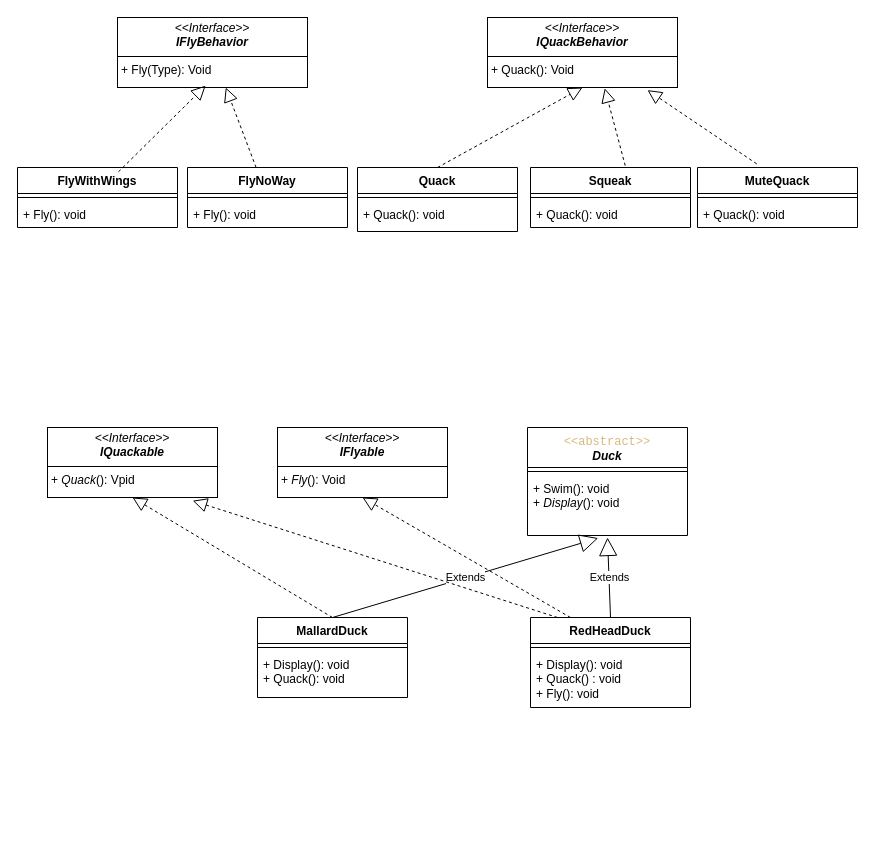
This is Strategy Pattern/ClassDiagram.drawio from skjinagal/DesignPatterns, a draw.io file, before an edit. Source tidied: cells renumbered, new cells numbered last; positions are measured from the earlier drawing's top-left corner, leaving out a move shared by most shapes. Both pictures are drawn from the tidied source at 100%, with x=0, y=0 at pixel (17, 17).
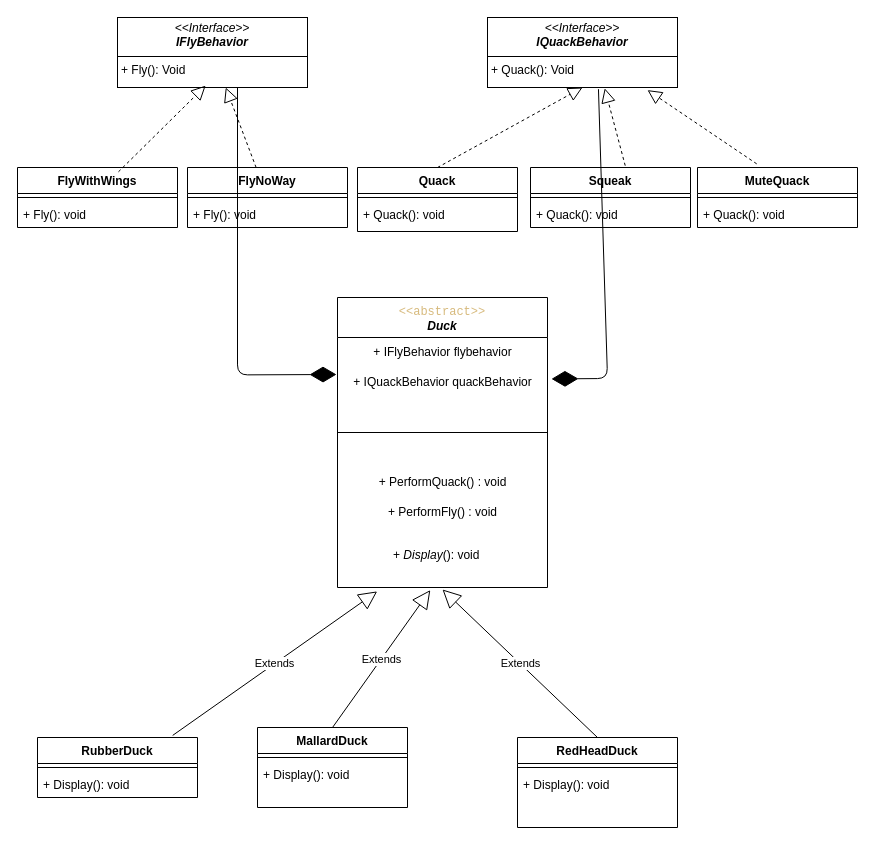
The same page after the edit.

Unchanged cells that the change refers to:
```xml
<mxCell id="19" value="&lt;p style=&quot;margin:0px;margin-top:4px;text-align:center;&quot;&gt;&lt;i&gt;&amp;lt;&amp;lt;Interface&amp;gt;&amp;gt;&lt;/i&gt;&lt;br&gt;&lt;b&gt;&lt;i&gt;IQuackBehavior&lt;/i&gt;&lt;/b&gt;&lt;/p&gt;&lt;hr size=&quot;1&quot; style=&quot;border-style:solid;&quot;&gt;&lt;p style=&quot;margin:0px;margin-left:4px;&quot;&gt;+ Quack(): Void&lt;/p&gt;" style="verticalAlign=top;align=left;overflow=fill;html=1;whiteSpace=wrap;" parent="1" vertex="1">
  <mxGeometry x="470" width="190" height="70" as="geometry" />
</mxCell>
```

The edit, as a diff of the source:
```diff
@@
     <mxCell id="2" value="&lt;div&gt;&lt;span style=&quot;background-color: rgba(255, 255, 255, 0.1); color: rgb(215, 186, 125); font-family: Consolas, &amp;quot;Courier New&amp;quot;, monospace; font-weight: 400; text-align: left; white-space-collapse: preserve;&quot;&gt;&amp;lt;&amp;lt;abstract&amp;gt;&amp;gt;&lt;/span&gt;&lt;/div&gt;&lt;div&gt;&lt;span style=&quot;background-color: transparent;&quot;&gt;&lt;i&gt;Duck&lt;/i&gt;&lt;/span&gt;&lt;/div&gt;" style="swimlane;fontStyle=1;align=center;verticalAlign=top;horizontal=1;startSize=40;whiteSpace=wrap;html=1;" parent="1" vertex="1">
-      <mxGeometry x="510" y="410" width="160" height="108" as="geometry" />
+      <mxGeometry x="320" y="280" width="210" height="290" as="geometry" />
     </mxCell>
+    <mxCell id="40" value="+ IFlyBehavior flybehavior" style="text;html=1;align=center;verticalAlign=middle;strokeColor=none;fillColor=none;" parent="2" vertex="1">
+      <mxGeometry y="40" width="210" height="30" as="geometry" />
+    </mxCell>
+    <mxCell id="41" value="+ IQuackBehavior quackBehavior" style="text;html=1;align=center;verticalAlign=middle;points=[];strokeColor=none;fillColor=none;" parent="2" vertex="1">
+      <mxGeometry y="70" width="210" height="30" as="geometry" />
+    </mxCell>
     <mxCell id="3" style="line;strokeWidth=1;fillColor=none;align=left;verticalAlign=middle;spacingTop=-1;spacingLeft=3;spacingRight=3;labelPosition=right;strokeColor=inherit;" parent="2" vertex="1">
-      <mxGeometry y="40" width="160" height="8" as="geometry" />
+      <mxGeometry y="100" width="210" height="70" as="geometry" />
     </mxCell>
+    <mxCell id="42" value="+ PerformQuack() : void" style="text;html=1;align=center;verticalAlign=middle;strokeColor=none;fillColor=none;" parent="2" vertex="1">
+      <mxGeometry y="170" width="210" height="30" as="geometry" />
+    </mxCell>
+    <mxCell id="43" value="+ PerformFly() : void" style="text;html=1;align=center;verticalAlign=middle;strokeColor=none;fillColor=none;" parent="2" vertex="1">
+      <mxGeometry y="200" width="210" height="30" as="geometry" />
+    </mxCell>
-    <mxCell id="4" value="&lt;div&gt;&lt;span style=&quot;color: rgb(0, 0, 0);&quot;&gt;+ Swim(): void&lt;/span&gt;&lt;/div&gt;&lt;div&gt;&lt;span style=&quot;color: rgb(0, 0, 0);&quot;&gt;+ &lt;i&gt;Display&lt;/i&gt;(): void&lt;/span&gt;&lt;span style=&quot;color: rgb(0, 0, 0);&quot;&gt;&lt;/span&gt;&lt;/div&gt;" style="text;strokeColor=none;fillColor=none;align=left;verticalAlign=top;spacingLeft=4;spacingRight=4;overflow=hidden;points=[[0,0.5],[1,0.5]];portConstraint=eastwest;whiteSpace=wrap;html=1;" parent="2" vertex="1">
-      <mxGeometry y="48" width="160" height="60" as="geometry" />
+    <mxCell id="4" value="&lt;div&gt;&lt;br&gt;&lt;/div&gt;&lt;div&gt;&lt;span style=&quot;color: rgb(0, 0, 0);&quot;&gt;&amp;nbsp; &amp;nbsp; &amp;nbsp; &amp;nbsp; &amp;nbsp; &amp;nbsp; &amp;nbsp; &amp;nbsp;+ &lt;i&gt;Display&lt;/i&gt;(): void&lt;/span&gt;&lt;span style=&quot;color: rgb(0, 0, 0);&quot;&gt;&lt;/span&gt;&lt;/div&gt;" style="text;strokeColor=none;fillColor=none;align=left;verticalAlign=top;spacingLeft=4;spacingRight=4;overflow=hidden;points=[[0,0.5],[1,0.5]];portConstraint=eastwest;whiteSpace=wrap;html=1;" parent="2" vertex="1">
+      <mxGeometry y="230" width="210" height="60" as="geometry" />
     </mxCell>
     <mxCell id="5" value="MallardDuck" style="swimlane;fontStyle=1;align=center;verticalAlign=top;horizontal=1;startSize=26;whiteSpace=wrap;html=1;" parent="1" vertex="1">
-      <mxGeometry x="240" y="600" width="150" height="80" as="geometry" />
+      <mxGeometry x="240" y="710" width="150" height="80" as="geometry" />
     </mxCell>
@@
-    <mxCell id="7" value="+ Display(): void&lt;div&gt;&lt;span style=&quot;color: rgb(0, 0, 0);&quot;&gt;+ Quack(): void&lt;/span&gt;&lt;/div&gt;" style="text;strokeColor=none;fillColor=none;align=left;verticalAlign=top;spacingLeft=4;spacingRight=4;overflow=hidden;whiteSpace=wrap;html=1;" parent="5" vertex="1">
+    <mxCell id="7" value="+ Display(): void" style="text;strokeColor=none;fillColor=none;align=left;verticalAlign=top;spacingLeft=4;spacingRight=4;overflow=hidden;whiteSpace=wrap;html=1;" parent="5" vertex="1">
       <mxGeometry y="34" width="150" height="46" as="geometry" />
     </mxCell>
     <mxCell id="8" value="RedHeadDuck" style="swimlane;fontStyle=1;align=center;verticalAlign=top;horizontal=1;startSize=26;whiteSpace=wrap;html=1;" parent="1" vertex="1">
-      <mxGeometry x="513" y="600" width="160" height="90" as="geometry" />
+      <mxGeometry x="500" y="720" width="160" height="90" as="geometry" />
     </mxCell>
@@
-    <mxCell id="10" value="&lt;span style=&quot;color: rgb(0, 0, 0);&quot;&gt;+ Display(): void&lt;/span&gt;&lt;div&gt;&lt;span style=&quot;color: rgb(0, 0, 0);&quot;&gt;+ Quack() : void&lt;/span&gt;&lt;/div&gt;&lt;div&gt;&lt;span style=&quot;color: rgb(0, 0, 0);&quot;&gt;+ Fly(): void&lt;/span&gt;&lt;/div&gt;" style="text;strokeColor=none;fillColor=none;align=left;verticalAlign=top;spacingLeft=4;spacingRight=4;overflow=hidden;whiteSpace=wrap;html=1;" parent="8" vertex="1">
+    <mxCell id="10" value="&lt;span style=&quot;color: rgb(0, 0, 0);&quot;&gt;+ Display(): void&lt;/span&gt;" style="text;strokeColor=none;fillColor=none;align=left;verticalAlign=top;spacingLeft=4;spacingRight=4;overflow=hidden;whiteSpace=wrap;html=1;" parent="8" vertex="1">
       <mxGeometry y="34" width="160" height="56" as="geometry" />
     </mxCell>
@@
-    <mxCell id="13" value="&lt;p style=&quot;margin:0px;margin-top:4px;text-align:center;&quot;&gt;&lt;i&gt;&amp;lt;&amp;lt;Interface&amp;gt;&amp;gt;&lt;/i&gt;&lt;br&gt;&lt;b&gt;&lt;i&gt;IFlyable&lt;/i&gt;&lt;/b&gt;&lt;/p&gt;&lt;hr size=&quot;1&quot; style=&quot;border-style:solid;&quot;&gt;&lt;p style=&quot;margin:0px;margin-left:4px;&quot;&gt;+ &lt;i&gt;Fly&lt;/i&gt;(): Void&lt;/p&gt;" style="verticalAlign=top;align=left;overflow=fill;html=1;whiteSpace=wrap;" parent="1" vertex="1">
-      <mxGeometry x="260" y="410" width="170" height="70" as="geometry" />
-    </mxCell>
-    <mxCell id="14" value="&lt;p style=&quot;margin:0px;margin-top:4px;text-align:center;&quot;&gt;&lt;i&gt;&amp;lt;&amp;lt;Interface&amp;gt;&amp;gt;&lt;/i&gt;&lt;br&gt;&lt;b&gt;&lt;i&gt;IQuackable&lt;/i&gt;&lt;/b&gt;&lt;/p&gt;&lt;hr size=&quot;1&quot; style=&quot;border-style:solid;&quot;&gt;&lt;p style=&quot;margin:0px;margin-left:4px;&quot;&gt;+ &lt;i&gt;Quack&lt;/i&gt;(): Vpid&lt;/p&gt;" style="verticalAlign=top;align=left;overflow=fill;html=1;whiteSpace=wrap;" parent="1" vertex="1">
-      <mxGeometry x="30" y="410" width="170" height="70" as="geometry" />
-    </mxCell>
-    <mxCell id="15" style="endArrow=block;dashed=1;endFill=0;endSize=12;html=1;entryX=0.5;entryY=1;entryDx=0;entryDy=0;exitX=0.5;exitY=0;exitDx=0;exitDy=0;" parent="1" edge="1" source="5" target="14">
-      <mxGeometry relative="1" as="geometry" />
-    </mxCell>
-    <mxCell id="16" style="endArrow=block;dashed=1;endFill=0;endSize=12;html=1;entryX=0.5;entryY=1;entryDx=0;entryDy=0;exitX=0.25;exitY=0;exitDx=0;exitDy=0;" parent="1" edge="1" source="8" target="13">
-      <mxGeometry relative="1" as="geometry" />
-    </mxCell>
-    <mxCell id="17" style="endArrow=block;dashed=1;endFill=0;endSize=12;html=1;entryX=0.854;entryY=1.046;entryDx=0;entryDy=0;entryPerimeter=0;exitX=0.169;exitY=0;exitDx=0;exitDy=0;exitPerimeter=0;" parent="1" edge="1" source="8" target="14">
-      <mxGeometry relative="1" as="geometry" />
-    </mxCell>
-    <mxCell id="18" value="&lt;p style=&quot;margin:0px;margin-top:4px;text-align:center;&quot;&gt;&lt;i&gt;&amp;lt;&amp;lt;Interface&amp;gt;&amp;gt;&lt;/i&gt;&lt;br&gt;&lt;b&gt;&lt;i&gt;IFlyBehavior&lt;/i&gt;&lt;/b&gt;&lt;/p&gt;&lt;hr size=&quot;1&quot; style=&quot;border-style:solid;&quot;&gt;&lt;p style=&quot;margin:0px;margin-left:4px;&quot;&gt;+ Fly(Type): Void&lt;/p&gt;" style="verticalAlign=top;align=left;overflow=fill;html=1;whiteSpace=wrap;" parent="1" vertex="1">
+    <mxCell id="18" value="&lt;p style=&quot;margin:0px;margin-top:4px;text-align:center;&quot;&gt;&lt;i&gt;&amp;lt;&amp;lt;Interface&amp;gt;&amp;gt;&lt;/i&gt;&lt;br&gt;&lt;b&gt;&lt;i&gt;IFlyBehavior&lt;/i&gt;&lt;/b&gt;&lt;/p&gt;&lt;hr size=&quot;1&quot; style=&quot;border-style:solid;&quot;&gt;&lt;p style=&quot;margin:0px;margin-left:4px;&quot;&gt;+ Fly(): Void&lt;/p&gt;" style="verticalAlign=top;align=left;overflow=fill;html=1;whiteSpace=wrap;" parent="1" vertex="1">
       <mxGeometry x="100" width="190" height="70" as="geometry" />
     </mxCell>
@@
+    <mxCell id="44" value="RubberDuck" style="swimlane;fontStyle=1;align=center;verticalAlign=top;horizontal=1;startSize=26;whiteSpace=wrap;html=1;" parent="1" vertex="1">
+      <mxGeometry x="20" y="720" width="160" height="60" as="geometry" />
+    </mxCell>
+    <mxCell id="45" style="line;strokeWidth=1;fillColor=none;align=left;verticalAlign=middle;spacingTop=-1;spacingLeft=3;spacingRight=3;labelPosition=right;strokeColor=inherit;" parent="44" vertex="1">
+      <mxGeometry y="26" width="160" height="8" as="geometry" />
+    </mxCell>
+    <mxCell id="46" value="&lt;span style=&quot;color: rgb(0, 0, 0);&quot;&gt;+ Display(): void&lt;/span&gt;" style="text;strokeColor=none;fillColor=none;align=left;verticalAlign=top;spacingLeft=4;spacingRight=4;overflow=hidden;whiteSpace=wrap;html=1;" parent="44" vertex="1">
+      <mxGeometry y="34" width="160" height="26" as="geometry" />
+    </mxCell>
+    <mxCell id="47" style="endArrow=diamondThin;endFill=1;endSize=24;html=1;entryX=1.019;entryY=0.381;entryDx=0;entryDy=0;entryPerimeter=0;exitX=0.584;exitY=1.024;exitDx=0;exitDy=0;exitPerimeter=0;" parent="1" edge="1" source="19" target="41">
+      <mxGeometry relative="1" as="geometry">
+        <Array as="points">
+          <mxPoint x="590" y="361" />
+        </Array>
+      </mxGeometry>
+    </mxCell>
+    <mxCell id="48" style="endArrow=diamondThin;endFill=1;endSize=24;html=1;exitX=0.684;exitY=1.037;exitDx=0;exitDy=0;exitPerimeter=0;" parent="1" edge="1">
+      <mxGeometry relative="1" as="geometry">
+        <mxPoint x="220" y="70" as="sourcePoint" />
+        <mxPoint x="319" y="357" as="targetPoint" />
+        <Array as="points">
+          <mxPoint x="220" y="357.4" />
+        </Array>
+      </mxGeometry>
+    </mxCell>
+    <mxCell id="49" value="Extends" style="endArrow=block;endSize=16;endFill=0;html=1;entryX=0.189;entryY=1.065;entryDx=0;entryDy=0;entryPerimeter=0;exitX=0.845;exitY=-0.035;exitDx=0;exitDy=0;exitPerimeter=0;" parent="1" edge="1" source="44" target="4">
+      <mxGeometry relative="1" as="geometry" />
+    </mxCell>
```
